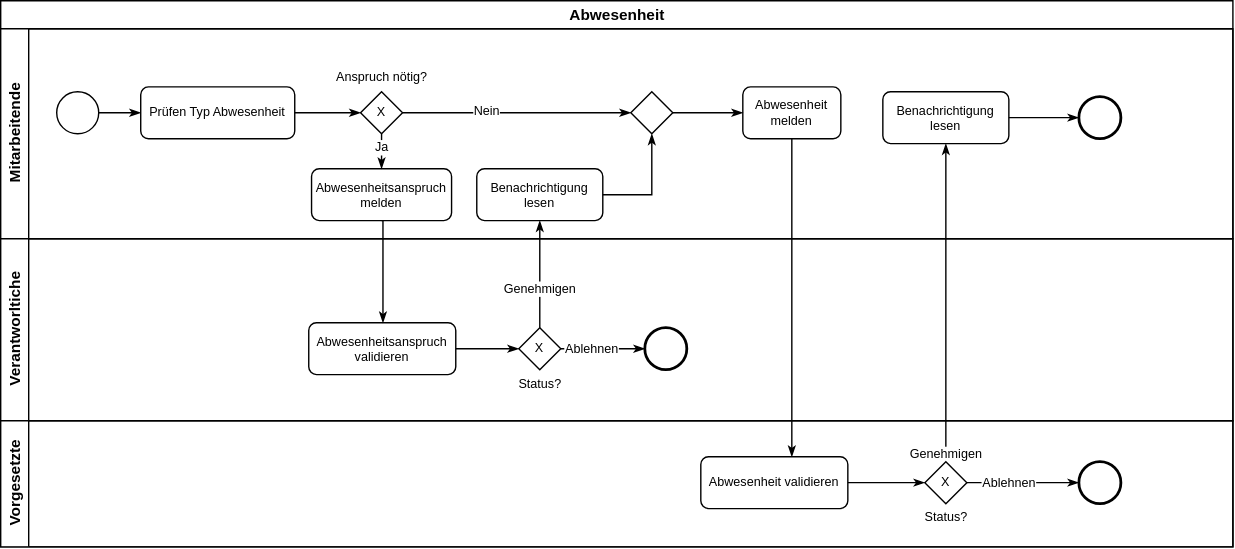
Earlier version of the draw.io export assets/Prozess Abwesenheit.svg (Mint-System/Odoo-Wiki). Source tidied: cells renumbered, new cells last; positions are measured from the earlier drawing's top-left corner, leaving out a move shared by most shapes.
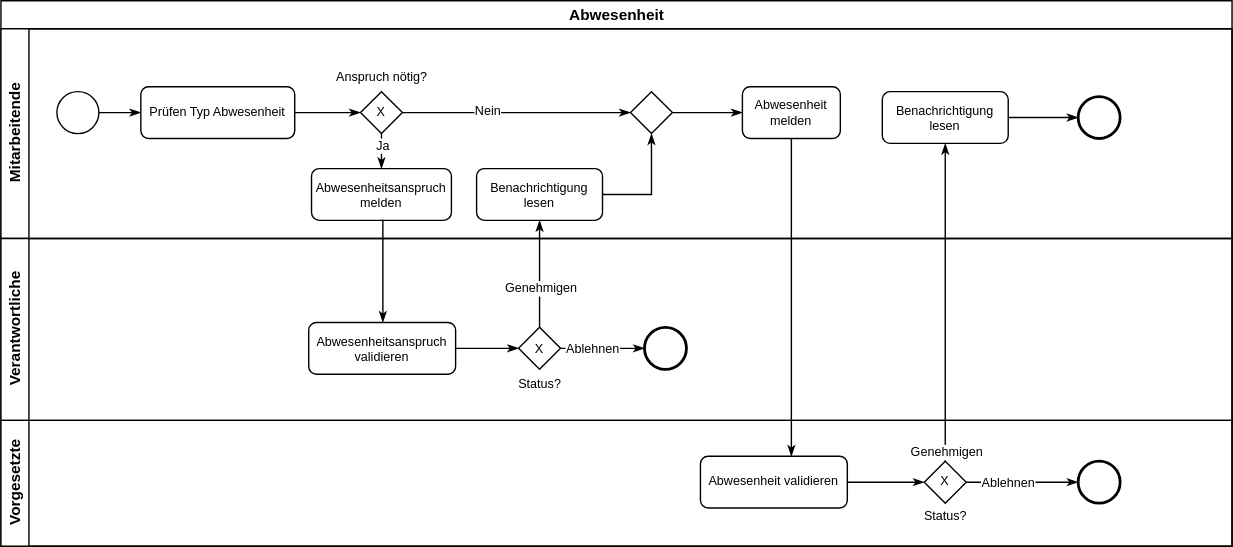
The same diagram one commit later.

Commit message:
Abwesenheit und Lager

What changed in the source:
```diff
@@ -92,7 +92,7 @@
         <mxPoint y="76.7" as="offset" />
       </mxGeometry>
     </mxCell>
-    <mxCell id="27" value="Verantworltiche" style="swimlane;html=1;startSize=20;horizontal=0;fontFamily=Helvetica;fontSize=11;" parent="2" vertex="1">
+    <mxCell id="27" value="Verantwortliche" style="swimlane;html=1;startSize=20;horizontal=0;fontFamily=Helvetica;fontSize=11;" parent="2" vertex="1">
       <mxGeometry y="170" width="880" height="130" as="geometry" />
     </mxCell>
     <mxCell id="28" style="edgeStyle=orthogonalEdgeStyle;rounded=0;html=1;labelBackgroundColor=none;startArrow=none;startFill=0;startSize=5;endArrow=classicThin;endFill=1;endSize=5;jettySize=auto;strokeWidth=1;fontFamily=Helvetica;fontSize=9;" parent="27" edge="1" source="29" target="30">
```
